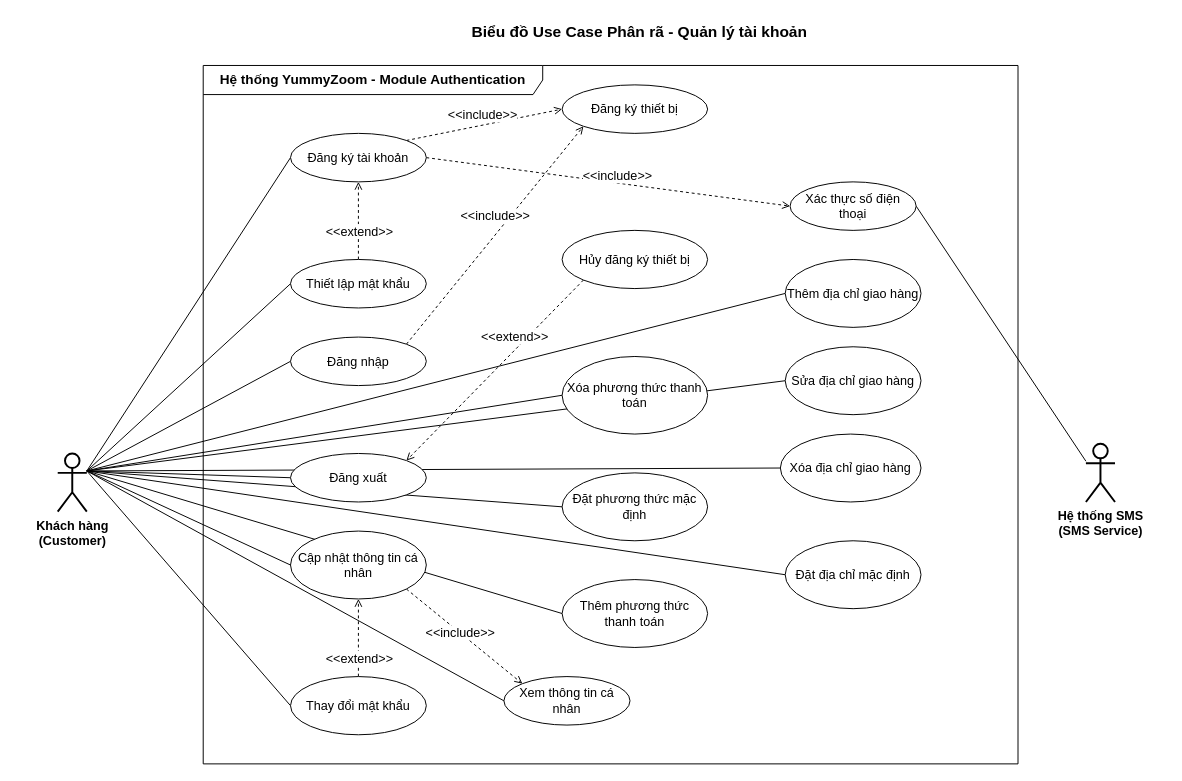
This is report/res/diagrams/usecase_account_management_decomposition.drawio from hoangvu1420/YummyZoom, a draw.io file, before an edit. Source tidied: cells renumbered, new cells numbered last; positions are measured from the earlier drawing's top-left corner, leaving out a move shared by most shapes. Both pictures are drawn from the tidied source at 97%, with x=0, y=0 at pixel (57, 16).
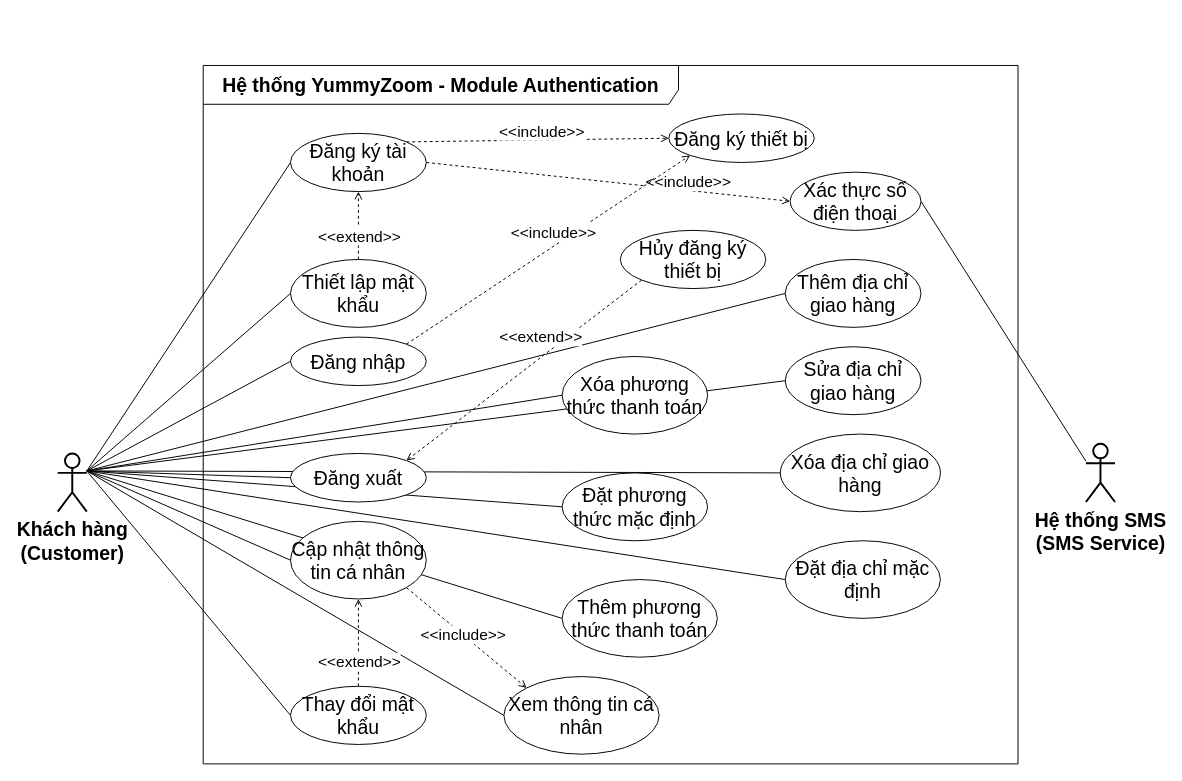
The same page after the edit.

What changed in the source:
```diff
@@
-    <mxCell id="2" value="Biểu đồ Use Case Phân rã - Quản lý tài khoản" style="text;strokeColor=none;align=center;fillColor=none;html=1;verticalAlign=middle;whiteSpace=wrap;rounded=0;fontSize=16;fontStyle=1;" parent="1" vertex="1">
-      <mxGeometry x="400" width="400" height="30" as="geometry" />
-    </mxCell>
-    <mxCell id="3" value="Hệ thống YummyZoom - Module Authentication" style="shape=umlFrame;whiteSpace=wrap;html=1;width=350;height=30;fontSize=14;fontStyle=1;" parent="1" vertex="1">
+    <mxCell id="3" value="Hệ thống YummyZoom - Module Authentication" style="shape=umlFrame;whiteSpace=wrap;html=1;width=490;height=40;fontSize=20;fontStyle=1;" parent="1" vertex="1">
       <mxGeometry x="150" y="50" width="840" height="720" as="geometry" />
     </mxCell>
-    <mxCell id="4" value="Khách hàng&lt;div style=&quot;font-size: 13px;&quot;&gt;(Customer)&lt;/div&gt;" style="shape=umlActor;verticalLabelPosition=bottom;verticalAlign=top;html=1;outlineConnect=0;fontSize=13;fontStyle=1;strokeWidth=2;" parent="1" vertex="1">
+    <mxCell id="4" value="Khách hàng&lt;div style=&quot;font-size: 20px;&quot;&gt;(Customer)&lt;/div&gt;" style="shape=umlActor;verticalLabelPosition=bottom;verticalAlign=top;html=1;outlineConnect=0;fontSize=20;fontStyle=1;strokeWidth=2;" parent="1" vertex="1">
       <mxGeometry y="450" width="30" height="60" as="geometry" />
     </mxCell>
-    <mxCell id="5" value="Hệ thống SMS&lt;div style=&quot;font-size: 13px;&quot;&gt;(SMS Service)&lt;/div&gt;" style="shape=umlActor;verticalLabelPosition=bottom;verticalAlign=top;html=1;outlineConnect=0;fontSize=13;fontStyle=1;strokeWidth=2;" parent="1" vertex="1">
+    <mxCell id="5" value="Hệ thống SMS&lt;div style=&quot;font-size: 20px;&quot;&gt;(SMS Service)&lt;/div&gt;" style="shape=umlActor;verticalLabelPosition=bottom;verticalAlign=top;html=1;outlineConnect=0;fontSize=20;fontStyle=1;strokeWidth=2;" parent="1" vertex="1">
       <mxGeometry x="1060" y="440" width="30" height="60" as="geometry" />
     </mxCell>
-    <mxCell id="6" value="Đặt phương thức mặc định" style="ellipse;whiteSpace=wrap;html=1;fontSize=13;" parent="1" vertex="1">
+    <mxCell id="6" value="Đặt phương thức mặc định" style="ellipse;whiteSpace=wrap;html=1;fontSize=20;" parent="1" vertex="1">
       <mxGeometry x="520" y="470" width="150" height="70" as="geometry" />
     </mxCell>
-    <mxCell id="7" style="endArrow=none;html=1;rounded=0;entryX=0;entryY=0.5;entryDx=0;entryDy=0;exitX=1;exitY=0.3;exitDx=0;exitDy=0;exitPerimeter=0;" parent="1" edge="1" source="4" target="39">
+    <mxCell id="7" style="endArrow=none;html=1;rounded=0;entryX=0;entryY=0.5;entryDx=0;entryDy=0;exitX=1;exitY=0.3;exitDx=0;exitDy=0;exitPerimeter=0;fontSize=20;" parent="1" edge="1" source="4" target="39">
       <mxGeometry relative="1" as="geometry" />
     </mxCell>
-    <mxCell id="8" style="endArrow=none;html=1;rounded=0;entryX=0;entryY=0.5;entryDx=0;entryDy=0;exitX=1;exitY=0.3;exitDx=0;exitDy=0;exitPerimeter=0;" parent="1" edge="1" source="4" target="40">
+    <mxCell id="8" style="endArrow=none;html=1;rounded=0;entryX=0;entryY=0.5;entryDx=0;entryDy=0;exitX=1;exitY=0.3;exitDx=0;exitDy=0;exitPerimeter=0;fontSize=20;" parent="1" edge="1" source="4" target="40">
       <mxGeometry relative="1" as="geometry" />
     </mxCell>
-    <mxCell id="9" style="endArrow=none;html=1;rounded=0;entryX=0;entryY=0.5;entryDx=0;entryDy=0;exitX=1;exitY=0.3;exitDx=0;exitDy=0;exitPerimeter=0;" parent="1" edge="1" source="4" target="41">
+    <mxCell id="9" style="endArrow=none;html=1;rounded=0;entryX=0;entryY=0.5;entryDx=0;entryDy=0;exitX=1;exitY=0.3;exitDx=0;exitDy=0;exitPerimeter=0;fontSize=20;" parent="1" edge="1" source="4" target="41">
       <mxGeometry relative="1" as="geometry" />
     </mxCell>
-    <mxCell id="10" style="endArrow=none;html=1;rounded=0;entryX=0;entryY=0.5;entryDx=0;entryDy=0;exitX=1;exitY=0.3;exitDx=0;exitDy=0;exitPerimeter=0;" parent="1" edge="1" source="4" target="37">
+    <mxCell id="10" style="endArrow=none;html=1;rounded=0;entryX=0;entryY=0.5;entryDx=0;entryDy=0;exitX=1;exitY=0.3;exitDx=0;exitDy=0;exitPerimeter=0;fontSize=20;" parent="1" edge="1" source="4" target="37">
       <mxGeometry relative="1" as="geometry" />
     </mxCell>
-    <mxCell id="11" style="endArrow=none;html=1;rounded=0;entryX=0;entryY=0.5;entryDx=0;entryDy=0;exitX=1;exitY=0.3;exitDx=0;exitDy=0;exitPerimeter=0;" parent="1" edge="1" source="4" target="49">
+    <mxCell id="11" style="endArrow=none;html=1;rounded=0;entryX=0;entryY=0.5;entryDx=0;entryDy=0;exitX=1;exitY=0.3;exitDx=0;exitDy=0;exitPerimeter=0;fontSize=20;" parent="1" edge="1" source="4" target="49">
       <mxGeometry relative="1" as="geometry" />
     </mxCell>
-    <mxCell id="12" style="endArrow=none;html=1;rounded=0;entryX=0;entryY=0.5;entryDx=0;entryDy=0;exitX=1;exitY=0.3;exitDx=0;exitDy=0;exitPerimeter=0;" parent="1" edge="1" source="4" target="38">
+    <mxCell id="12" style="endArrow=none;html=1;rounded=0;entryX=0;entryY=0.5;entryDx=0;entryDy=0;exitX=1;exitY=0.3;exitDx=0;exitDy=0;exitPerimeter=0;fontSize=20;" parent="1" edge="1" source="4" target="38">
       <mxGeometry relative="1" as="geometry" />
     </mxCell>
-    <mxCell id="13" style="endArrow=none;html=1;rounded=0;entryX=0;entryY=0.5;entryDx=0;entryDy=0;exitX=1;exitY=0.3;exitDx=0;exitDy=0;exitPerimeter=0;" parent="1" edge="1" source="4" target="48">
+    <mxCell id="13" style="endArrow=none;html=1;rounded=0;entryX=0;entryY=0.5;entryDx=0;entryDy=0;exitX=1;exitY=0.3;exitDx=0;exitDy=0;exitPerimeter=0;fontSize=20;" parent="1" edge="1" source="4" target="48">
       <mxGeometry relative="1" as="geometry" />
     </mxCell>
-    <mxCell id="14" style="endArrow=none;html=1;rounded=0;entryX=0;entryY=0.5;entryDx=0;entryDy=0;exitX=1;exitY=0.3;exitDx=0;exitDy=0;exitPerimeter=0;" parent="1" edge="1" source="4" target="44">
+    <mxCell id="14" style="endArrow=none;html=1;rounded=0;entryX=0;entryY=0.5;entryDx=0;entryDy=0;exitX=1;exitY=0.3;exitDx=0;exitDy=0;exitPerimeter=0;fontSize=20;" parent="1" edge="1" source="4" target="44">
       <mxGeometry relative="1" as="geometry" />
     </mxCell>
-    <mxCell id="15" style="endArrow=none;html=1;rounded=0;entryX=0;entryY=0.5;entryDx=0;entryDy=0;exitX=1;exitY=0.3;exitDx=0;exitDy=0;exitPerimeter=0;" parent="1" edge="1" source="4" target="45">
+    <mxCell id="15" style="endArrow=none;html=1;rounded=0;entryX=0;entryY=0.5;entryDx=0;entryDy=0;exitX=1;exitY=0.3;exitDx=0;exitDy=0;exitPerimeter=0;fontSize=20;" parent="1" edge="1" source="4" target="45">
       <mxGeometry relative="1" as="geometry" />
     </mxCell>
-    <mxCell id="16" style="endArrow=none;html=1;rounded=0;entryX=0;entryY=0.5;entryDx=0;entryDy=0;exitX=1;exitY=0.3;exitDx=0;exitDy=0;exitPerimeter=0;" parent="1" edge="1" source="4" target="46">
+    <mxCell id="16" style="endArrow=none;html=1;rounded=0;entryX=0;entryY=0.5;entryDx=0;entryDy=0;exitX=1;exitY=0.3;exitDx=0;exitDy=0;exitPerimeter=0;fontSize=20;" parent="1" edge="1" source="4" target="46">
       <mxGeometry relative="1" as="geometry" />
     </mxCell>
-    <mxCell id="17" style="endArrow=none;html=1;rounded=0;entryX=0;entryY=0.5;entryDx=0;entryDy=0;exitX=1;exitY=0.3;exitDx=0;exitDy=0;exitPerimeter=0;" parent="1" edge="1" source="4" target="47">
+    <mxCell id="17" style="endArrow=none;html=1;rounded=0;entryX=0;entryY=0.5;entryDx=0;entryDy=0;exitX=1;exitY=0.3;exitDx=0;exitDy=0;exitPerimeter=0;fontSize=20;" parent="1" edge="1" source="4" target="47">
       <mxGeometry relative="1" as="geometry" />
     </mxCell>
-    <mxCell id="18" style="endArrow=none;html=1;rounded=0;entryX=0;entryY=0.5;entryDx=0;entryDy=0;exitX=1;exitY=0.3;exitDx=0;exitDy=0;exitPerimeter=0;" parent="1" edge="1" source="4" target="50">
+    <mxCell id="18" style="endArrow=none;html=1;rounded=0;entryX=0;entryY=0.5;entryDx=0;entryDy=0;exitX=1;exitY=0.3;exitDx=0;exitDy=0;exitPerimeter=0;fontSize=20;" parent="1" edge="1" source="4" target="50">
       <mxGeometry relative="1" as="geometry" />
     </mxCell>
-    <mxCell id="19" style="endArrow=none;html=1;rounded=0;entryX=0;entryY=0.5;entryDx=0;entryDy=0;exitX=1;exitY=0.3;exitDx=0;exitDy=0;exitPerimeter=0;" parent="1" edge="1" source="4" target="36">
+    <mxCell id="19" style="endArrow=none;html=1;rounded=0;entryX=0;entryY=0.5;entryDx=0;entryDy=0;exitX=1;exitY=0.3;exitDx=0;exitDy=0;exitPerimeter=0;fontSize=20;" parent="1" edge="1" source="4" target="36">
       <mxGeometry relative="1" as="geometry" />
     </mxCell>
-    <mxCell id="20" style="endArrow=none;html=1;rounded=0;entryX=0;entryY=0.5;entryDx=0;entryDy=0;exitX=1;exitY=0.3;exitDx=0;exitDy=0;exitPerimeter=0;" parent="1" edge="1" source="4" target="6">
+    <mxCell id="20" style="endArrow=none;html=1;rounded=0;entryX=0;entryY=0.5;entryDx=0;entryDy=0;exitX=1;exitY=0.3;exitDx=0;exitDy=0;exitPerimeter=0;fontSize=20;" parent="1" edge="1" source="4" target="6">
       <mxGeometry relative="1" as="geometry" />
     </mxCell>
-    <mxCell id="21" style="endArrow=none;html=1;rounded=0;entryX=1;entryY=0.5;entryDx=0;entryDy=0;exitX=0;exitY=0.3;exitDx=0;exitDy=0;exitPerimeter=0;" parent="1" edge="1" source="5" target="43">
+    <mxCell id="21" style="endArrow=none;html=1;rounded=0;entryX=1;entryY=0.5;entryDx=0;entryDy=0;exitX=0;exitY=0.3;exitDx=0;exitDy=0;exitPerimeter=0;fontSize=20;" parent="1" edge="1" source="5" target="43">
       <mxGeometry relative="1" as="geometry" />
     </mxCell>
-    <mxCell id="22" style="endArrow=open;dashed=1;html=1;rounded=0;exitX=1;exitY=0.5;exitDx=0;exitDy=0;entryX=0;entryY=0.5;entryDx=0;entryDy=0;fontSize=13;" parent="1" edge="1" source="39" target="43">
+    <mxCell id="22" style="endArrow=open;dashed=1;html=1;rounded=0;exitX=1;exitY=0.5;exitDx=0;exitDy=0;entryX=0;entryY=0.5;entryDx=0;entryDy=0;fontSize=20;" parent="1" edge="1" source="39" target="43">
       <mxGeometry relative="1" as="geometry" />
     </mxCell>
-    <mxCell id="23" value="&amp;lt;&amp;lt;include&amp;gt;&amp;gt;" style="edgeLabel;html=1;align=center;verticalAlign=middle;fontSize=13;" parent="22" vertex="1">
+    <mxCell id="23" value="&amp;lt;&amp;lt;include&amp;gt;&amp;gt;" style="edgeLabel;html=1;align=center;verticalAlign=middle;fontSize=16;" parent="22" vertex="1">
       <mxGeometry x="0.1" y="-1" relative="1" as="geometry">
-        <mxPoint x="-10" y="-10" as="offset" />
+        <mxPoint x="64" y="-3" as="offset" />
       </mxGeometry>
     </mxCell>
-    <mxCell id="24" style="endArrow=open;dashed=1;html=1;rounded=0;exitX=1;exitY=0;exitDx=0;exitDy=0;entryX=0;entryY=0.5;entryDx=0;entryDy=0;fontSize=13;" parent="1" edge="1" source="39" target="51">
+    <mxCell id="24" style="endArrow=open;dashed=1;html=1;rounded=0;exitX=1;exitY=0;exitDx=0;exitDy=0;entryX=0;entryY=0.5;entryDx=0;entryDy=0;fontSize=20;" parent="1" edge="1" source="39" target="51">
       <mxGeometry relative="1" as="geometry" />
     </mxCell>
-    <mxCell id="25" value="&amp;lt;&amp;lt;include&amp;gt;&amp;gt;" style="edgeLabel;html=1;align=center;verticalAlign=middle;fontSize=13;" parent="24" vertex="1">
+    <mxCell id="25" value="&amp;lt;&amp;lt;include&amp;gt;&amp;gt;" style="edgeLabel;html=1;align=center;verticalAlign=middle;fontSize=16;fontFamily=Helvetica;fontColor=default;labelBackgroundColor=default;fillColor=none;gradientColor=none;" parent="24" vertex="1">
       <mxGeometry x="0.1" y="-1" relative="1" as="geometry">
         <mxPoint x="-10" y="-10" as="offset" />
       </mxGeometry>
     </mxCell>
-    <mxCell id="26" style="endArrow=open;dashed=1;html=1;rounded=0;exitX=1;exitY=0;exitDx=0;exitDy=0;entryX=0;entryY=1;entryDx=0;entryDy=0;fontSize=13;" parent="1" edge="1" source="41" target="51">
+    <mxCell id="26" style="endArrow=open;dashed=1;html=1;rounded=0;exitX=1;exitY=0;exitDx=0;exitDy=0;entryX=0;entryY=1;entryDx=0;entryDy=0;fontSize=20;" parent="1" edge="1" source="41" target="51">
       <mxGeometry relative="1" as="geometry" />
     </mxCell>
-    <mxCell id="27" value="&amp;lt;&amp;lt;include&amp;gt;&amp;gt;" style="edgeLabel;html=1;align=center;verticalAlign=middle;fontSize=13;" parent="26" vertex="1">
+    <mxCell id="27" value="&amp;lt;&amp;lt;include&amp;gt;&amp;gt;" style="edgeLabel;html=1;align=center;verticalAlign=middle;fontSize=16;fontFamily=Helvetica;fontColor=default;labelBackgroundColor=default;fillColor=none;gradientColor=none;" parent="26" vertex="1">
       <mxGeometry x="0.1" y="-1" relative="1" as="geometry">
         <mxPoint x="-10" y="-10" as="offset" />
       </mxGeometry>
     </mxCell>
-    <mxCell id="28" style="endArrow=open;dashed=1;html=1;rounded=0;exitX=1;exitY=1;exitDx=0;exitDy=0;entryX=0;entryY=0;entryDx=0;entryDy=0;fontSize=13;" parent="1" edge="1" source="38" target="49">
+    <mxCell id="28" style="endArrow=open;dashed=1;html=1;rounded=0;exitX=1;exitY=1;exitDx=0;exitDy=0;entryX=0;entryY=0;entryDx=0;entryDy=0;fontSize=20;" parent="1" edge="1" source="38" target="49">
       <mxGeometry relative="1" as="geometry" />
     </mxCell>
-    <mxCell id="29" value="&amp;lt;&amp;lt;include&amp;gt;&amp;gt;" style="edgeLabel;html=1;align=center;verticalAlign=middle;fontSize=13;" parent="28" vertex="1">
+    <mxCell id="29" value="&amp;lt;&amp;lt;include&amp;gt;&amp;gt;" style="edgeLabel;html=1;align=center;verticalAlign=middle;fontSize=16;fontFamily=Helvetica;fontColor=default;labelBackgroundColor=default;fillColor=none;gradientColor=none;" parent="28" vertex="1">
       <mxGeometry x="0.1" y="-1" relative="1" as="geometry">
         <mxPoint x="-10" y="-10" as="offset" />
       </mxGeometry>
     </mxCell>
-    <mxCell id="30" style="endArrow=open;dashed=1;html=1;rounded=0;exitX=0.5;exitY=0;exitDx=0;exitDy=0;entryX=0.5;entryY=1;entryDx=0;entryDy=0;fontSize=13;" parent="1" edge="1" source="40" target="39">
+    <mxCell id="30" style="endArrow=open;dashed=1;html=1;rounded=0;exitX=0.5;exitY=0;exitDx=0;exitDy=0;entryX=0.5;entryY=1;entryDx=0;entryDy=0;fontSize=20;" parent="1" edge="1" source="40" target="39">
       <mxGeometry relative="1" as="geometry" />
     </mxCell>
-    <mxCell id="31" value="&amp;lt;&amp;lt;extend&amp;gt;&amp;gt;" style="edgeLabel;html=1;align=center;verticalAlign=middle;fontSize=13;" parent="30" vertex="1">
+    <mxCell id="31" value="&amp;lt;&amp;lt;extend&amp;gt;&amp;gt;" style="edgeLabel;html=1;align=center;verticalAlign=middle;fontSize=16;fontFamily=Helvetica;fontColor=default;labelBackgroundColor=default;fillColor=none;gradientColor=none;" parent="30" vertex="1">
       <mxGeometry x="0.1" y="-1" relative="1" as="geometry">
         <mxPoint x="-1" y="14" as="offset" />
       </mxGeometry>
     </mxCell>
-    <mxCell id="32" style="endArrow=open;dashed=1;html=1;rounded=0;exitX=0.5;exitY=0;exitDx=0;exitDy=0;entryX=0.5;entryY=1;entryDx=0;entryDy=0;fontSize=13;" parent="1" edge="1" source="48" target="38">
+    <mxCell id="32" style="endArrow=open;dashed=1;html=1;rounded=0;exitX=0.5;exitY=0;exitDx=0;exitDy=0;entryX=0.5;entryY=1;entryDx=0;entryDy=0;fontSize=20;" parent="1" edge="1" source="48" target="38">
       <mxGeometry relative="1" as="geometry" />
     </mxCell>
-    <mxCell id="33" value="&amp;lt;&amp;lt;extend&amp;gt;&amp;gt;" style="edgeLabel;html=1;align=center;verticalAlign=middle;fontSize=13;" parent="32" vertex="1">
+    <mxCell id="33" value="&amp;lt;&amp;lt;extend&amp;gt;&amp;gt;" style="edgeLabel;html=1;align=center;verticalAlign=middle;fontSize=16;fontFamily=Helvetica;fontColor=default;labelBackgroundColor=default;fillColor=none;gradientColor=none;" parent="32" vertex="1">
       <mxGeometry x="0.1" y="-1" relative="1" as="geometry">
         <mxPoint x="-1" y="24" as="offset" />
       </mxGeometry>
     </mxCell>
-    <mxCell id="34" style="endArrow=open;dashed=1;html=1;rounded=0;exitX=0;exitY=1;exitDx=0;exitDy=0;entryX=1;entryY=0;entryDx=0;entryDy=0;fontSize=13;" parent="1" edge="1" source="42" target="37">
+    <mxCell id="34" style="endArrow=open;dashed=1;html=1;rounded=0;exitX=0;exitY=1;exitDx=0;exitDy=0;entryX=1;entryY=0;entryDx=0;entryDy=0;fontSize=20;" parent="1" edge="1" source="42" target="37">
       <mxGeometry relative="1" as="geometry" />
     </mxCell>
-    <mxCell id="35" value="&amp;lt;&amp;lt;extend&amp;gt;&amp;gt;" style="edgeLabel;html=1;align=center;verticalAlign=middle;fontSize=13;" parent="34" vertex="1">
+    <mxCell id="35" value="&amp;lt;&amp;lt;extend&amp;gt;&amp;gt;" style="edgeLabel;html=1;align=center;verticalAlign=middle;fontSize=16;fontFamily=Helvetica;fontColor=default;labelBackgroundColor=default;fillColor=none;gradientColor=none;" parent="34" vertex="1">
       <mxGeometry x="0.1" y="-1" relative="1" as="geometry">
         <mxPoint x="29" y="-43" as="offset" />
       </mxGeometry>
     </mxCell>
-    <mxCell id="36" value="Xóa phương thức thanh toán" style="ellipse;whiteSpace=wrap;html=1;fontSize=13;" parent="1" vertex="1">
+    <mxCell id="36" value="Xóa phương thức thanh toán" style="ellipse;whiteSpace=wrap;html=1;fontSize=20;" parent="1" vertex="1">
       <mxGeometry x="520" y="350" width="150" height="80" as="geometry" />
     </mxCell>
-    <mxCell id="37" value="Đăng xuất" style="ellipse;whiteSpace=wrap;html=1;fontSize=13;" parent="1" vertex="1">
+    <mxCell id="37" value="Đăng xuất" style="ellipse;whiteSpace=wrap;html=1;fontSize=20;" parent="1" vertex="1">
       <mxGeometry x="240" y="450" width="140" height="50" as="geometry" />
     </mxCell>
-    <mxCell id="38" value="Cập nhật thông tin cá nhân" style="ellipse;whiteSpace=wrap;html=1;fontSize=13;" parent="1" vertex="1">
-      <mxGeometry x="240" y="530" width="140" height="70" as="geometry" />
+    <mxCell id="38" value="Cập nhật thông tin cá nhân" style="ellipse;whiteSpace=wrap;html=1;fontSize=20;" parent="1" vertex="1">
+      <mxGeometry x="240" y="520" width="140" height="80" as="geometry" />
     </mxCell>
-    <mxCell id="39" value="Đăng ký tài khoản" style="ellipse;whiteSpace=wrap;html=1;fontSize=13;" parent="1" vertex="1">
-      <mxGeometry x="240" y="120" width="140" height="50" as="geometry" />
+    <mxCell id="39" value="Đăng ký tài khoản" style="ellipse;whiteSpace=wrap;html=1;fontSize=20;" parent="1" vertex="1">
+      <mxGeometry x="240" y="120" width="140" height="60" as="geometry" />
     </mxCell>
-    <mxCell id="40" value="Thiết lập mật khẩu" style="ellipse;whiteSpace=wrap;html=1;fontSize=13;" parent="1" vertex="1">
-      <mxGeometry x="240" y="250" width="140" height="50" as="geometry" />
+    <mxCell id="40" value="Thiết lập mật khẩu" style="ellipse;whiteSpace=wrap;html=1;fontSize=20;" parent="1" vertex="1">
+      <mxGeometry x="240" y="250" width="140" height="70" as="geometry" />
     </mxCell>
-    <mxCell id="41" value="Đăng nhập" style="ellipse;whiteSpace=wrap;html=1;fontSize=13;" parent="1" vertex="1">
+    <mxCell id="41" value="Đăng nhập" style="ellipse;whiteSpace=wrap;html=1;fontSize=20;" parent="1" vertex="1">
       <mxGeometry x="240" y="330" width="140" height="50" as="geometry" />
     </mxCell>
-    <mxCell id="42" value="Hủy đăng ký thiết bị" style="ellipse;whiteSpace=wrap;html=1;fontSize=13;" parent="1" vertex="1">
-      <mxGeometry x="520" y="220" width="150" height="60" as="geometry" />
+    <mxCell id="42" value="Hủy đăng ký thiết bị" style="ellipse;whiteSpace=wrap;html=1;fontSize=20;" parent="1" vertex="1">
+      <mxGeometry x="580" y="220" width="150" height="60" as="geometry" />
     </mxCell>
-    <mxCell id="43" value="Xác thực số điện thoại" style="ellipse;whiteSpace=wrap;html=1;fontSize=13;" parent="1" vertex="1">
-      <mxGeometry x="755" y="170" width="130" height="50" as="geometry" />
+    <mxCell id="43" value="Xác thực số điện thoại" style="ellipse;whiteSpace=wrap;html=1;fontSize=20;" parent="1" vertex="1">
+      <mxGeometry x="755" y="160" width="135" height="60" as="geometry" />
     </mxCell>
-    <mxCell id="44" value="Thêm địa chỉ giao hàng" style="ellipse;whiteSpace=wrap;html=1;fontSize=13;" parent="1" vertex="1">
+    <mxCell id="44" value="Thêm địa chỉ giao hàng" style="ellipse;whiteSpace=wrap;html=1;fontSize=20;" parent="1" vertex="1">
       <mxGeometry x="750" y="250" width="140" height="70" as="geometry" />
     </mxCell>
-    <mxCell id="45" value="Sửa địa chỉ giao hàng" style="ellipse;whiteSpace=wrap;html=1;fontSize=13;" parent="1" vertex="1">
+    <mxCell id="45" value="Sửa địa chỉ giao hàng" style="ellipse;whiteSpace=wrap;html=1;fontSize=20;" parent="1" vertex="1">
       <mxGeometry x="750" y="340" width="140" height="70" as="geometry" />
     </mxCell>
-    <mxCell id="46" value="Xóa địa chỉ giao hàng" style="ellipse;whiteSpace=wrap;html=1;fontSize=13;" parent="1" vertex="1">
-      <mxGeometry x="745" y="430" width="145" height="70" as="geometry" />
+    <mxCell id="46" value="Xóa địa chỉ giao hàng" style="ellipse;whiteSpace=wrap;html=1;fontSize=20;" parent="1" vertex="1">
+      <mxGeometry x="745" y="430" width="165" height="80" as="geometry" />
     </mxCell>
-    <mxCell id="47" value="Đặt địa chỉ mặc định" style="ellipse;whiteSpace=wrap;html=1;fontSize=13;" parent="1" vertex="1">
-      <mxGeometry x="750" y="540" width="140" height="70" as="geometry" />
+    <mxCell id="47" value="Đặt địa chỉ mặc định" style="ellipse;whiteSpace=wrap;html=1;fontSize=20;" parent="1" vertex="1">
+      <mxGeometry x="750" y="540" width="160" height="80" as="geometry" />
     </mxCell>
-    <mxCell id="48" value="Thay đổi mật khẩu" style="ellipse;whiteSpace=wrap;html=1;fontSize=13;" parent="1" vertex="1">
-      <mxGeometry x="240" y="680" width="140" height="60" as="geometry" />
+    <mxCell id="48" value="Thay đổi mật khẩu" style="ellipse;whiteSpace=wrap;html=1;fontSize=20;" parent="1" vertex="1">
+      <mxGeometry x="240" y="690" width="140" height="60" as="geometry" />
     </mxCell>
-    <mxCell id="49" value="Xem thông tin cá nhân" style="ellipse;whiteSpace=wrap;html=1;fontSize=13;" parent="1" vertex="1">
-      <mxGeometry x="460" y="680" width="130" height="50" as="geometry" />
+    <mxCell id="49" value="Xem thông tin cá nhân" style="ellipse;whiteSpace=wrap;html=1;fontSize=20;" parent="1" vertex="1">
+      <mxGeometry x="460" y="680" width="160" height="80" as="geometry" />
     </mxCell>
-    <mxCell id="50" value="Thêm phương thức thanh toán" style="ellipse;whiteSpace=wrap;html=1;fontSize=13;" parent="1" vertex="1">
-      <mxGeometry x="520" y="580" width="150" height="70" as="geometry" />
+    <mxCell id="50" value="Thêm phương thức thanh toán" style="ellipse;whiteSpace=wrap;html=1;fontSize=20;" parent="1" vertex="1">
+      <mxGeometry x="520" y="580" width="160" height="80" as="geometry" />
     </mxCell>
-    <mxCell id="51" value="Đăng ký thiết bị" style="ellipse;whiteSpace=wrap;html=1;fontSize=13;" parent="1" vertex="1">
-      <mxGeometry x="520" y="70" width="150" height="50" as="geometry" />
+    <mxCell id="51" value="Đăng ký thiết bị" style="ellipse;whiteSpace=wrap;html=1;fontSize=20;" parent="1" vertex="1">
+      <mxGeometry x="630" y="100" width="150" height="50" as="geometry" />
     </mxCell>
```
